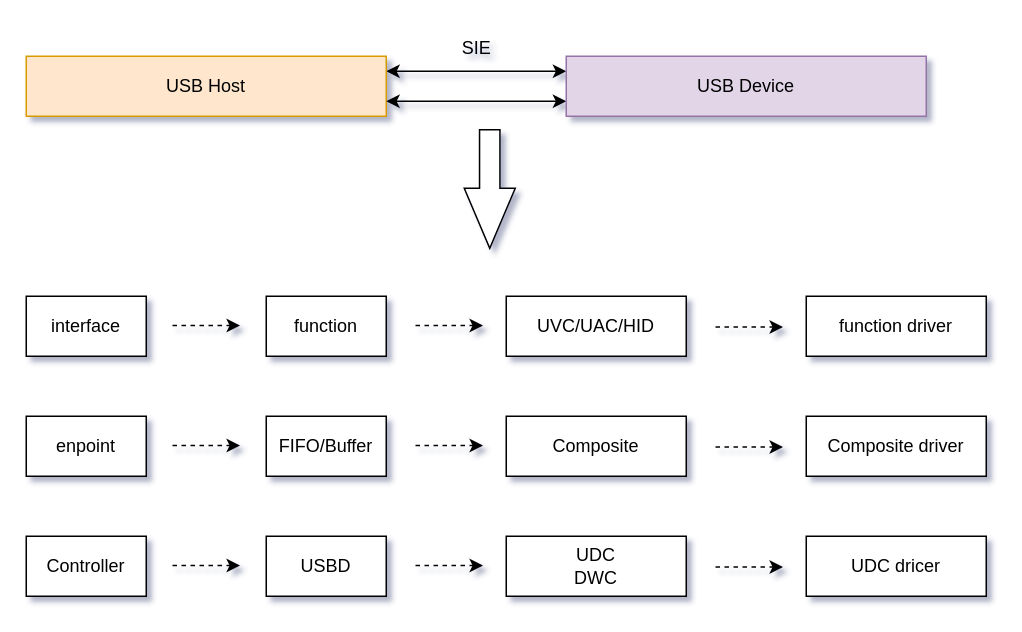
Vinson-001/Blog-flow-chart keeps this draw.io diagram as page "第 6 页" (6 of 13) of USB 控制器与 phy.drawio. Above is the earlier version. Source tidied: cells renumbered, new cells numbered last; positions are measured from the earlier drawing's top-left corner, leaving out a move shared by most shapes. Both pictures are drawn from the tidied source at 150%, with x=0, y=0 at pixel (26, 26).
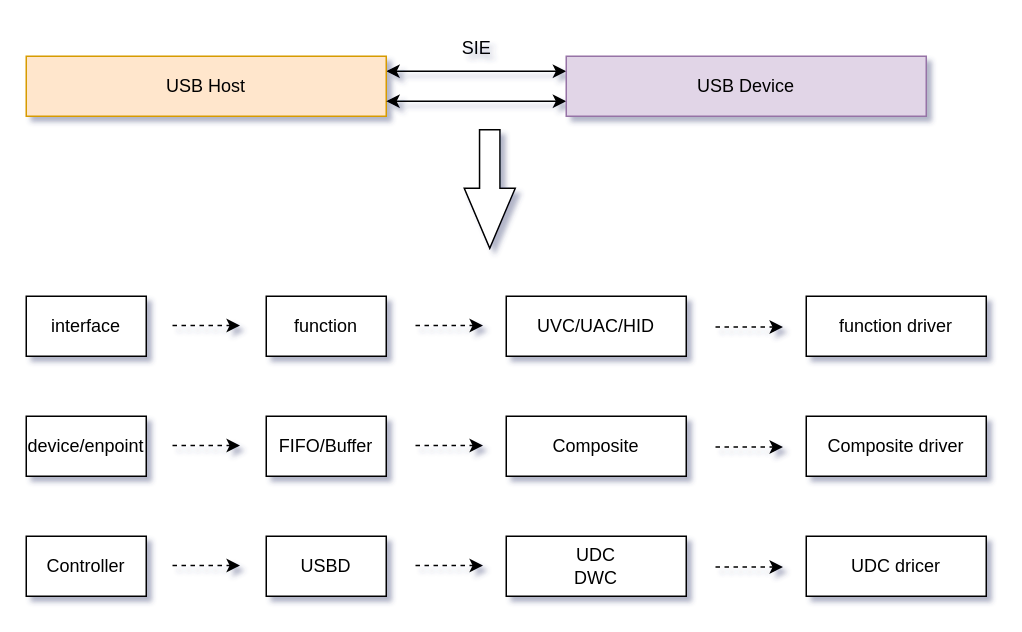
The same page after the edit.

What changed in the source:
```diff
@@
-    <mxCell id="10" value="enpoint" style="rounded=0;whiteSpace=wrap;html=1;" parent="1" vertex="1">
+    <mxCell id="10" value="device/enpoint" style="rounded=0;whiteSpace=wrap;html=1;" parent="1" vertex="1">
       <mxGeometry y="260" width="80" height="40" as="geometry" />
     </mxCell>
```
